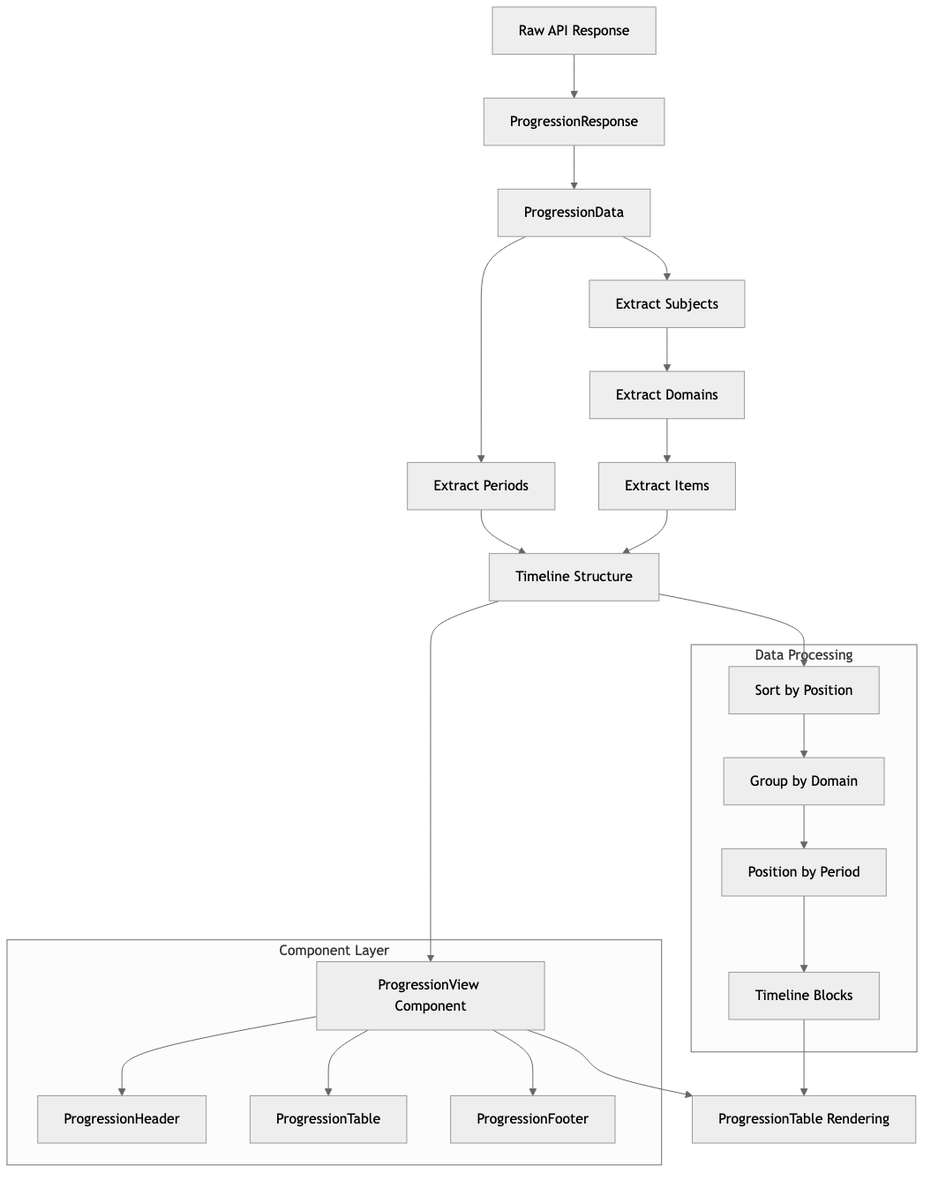
This is docs/diagrams/png/04-data-transformation-flow.png from ghermet/teetsh-progression, a Mermaid export, as it was before one commit. Its source is kept beside it as docs/diagrams/04-data-transformation-flow.mmd. The source it was exported from:
```mermaid
flowchart TD
    A[Raw API Response] --> B[ProgressionResponse]
    B --> C[ProgressionData]
    C --> D[Extract Periods]
    C --> E[Extract Subjects]

    E --> F[Extract Domains]
    F --> G[Extract Items]

    D --> H[Timeline Structure]
    G --> H

    H --> I[ProgressionView Component]
    I --> J[ProgressionTable Rendering]

    subgraph "Component Layer"
        I --> K[ProgressionHeader]
        I --> L[ProgressionTable]
        I --> M[ProgressionFooter]
    end

    subgraph "Data Processing"
        N[Sort by Position] --> O[Group by Domain]
        O --> P[Position by Period]
        P --> Q[Timeline Blocks]
    end

    H --> N
    Q --> J
```
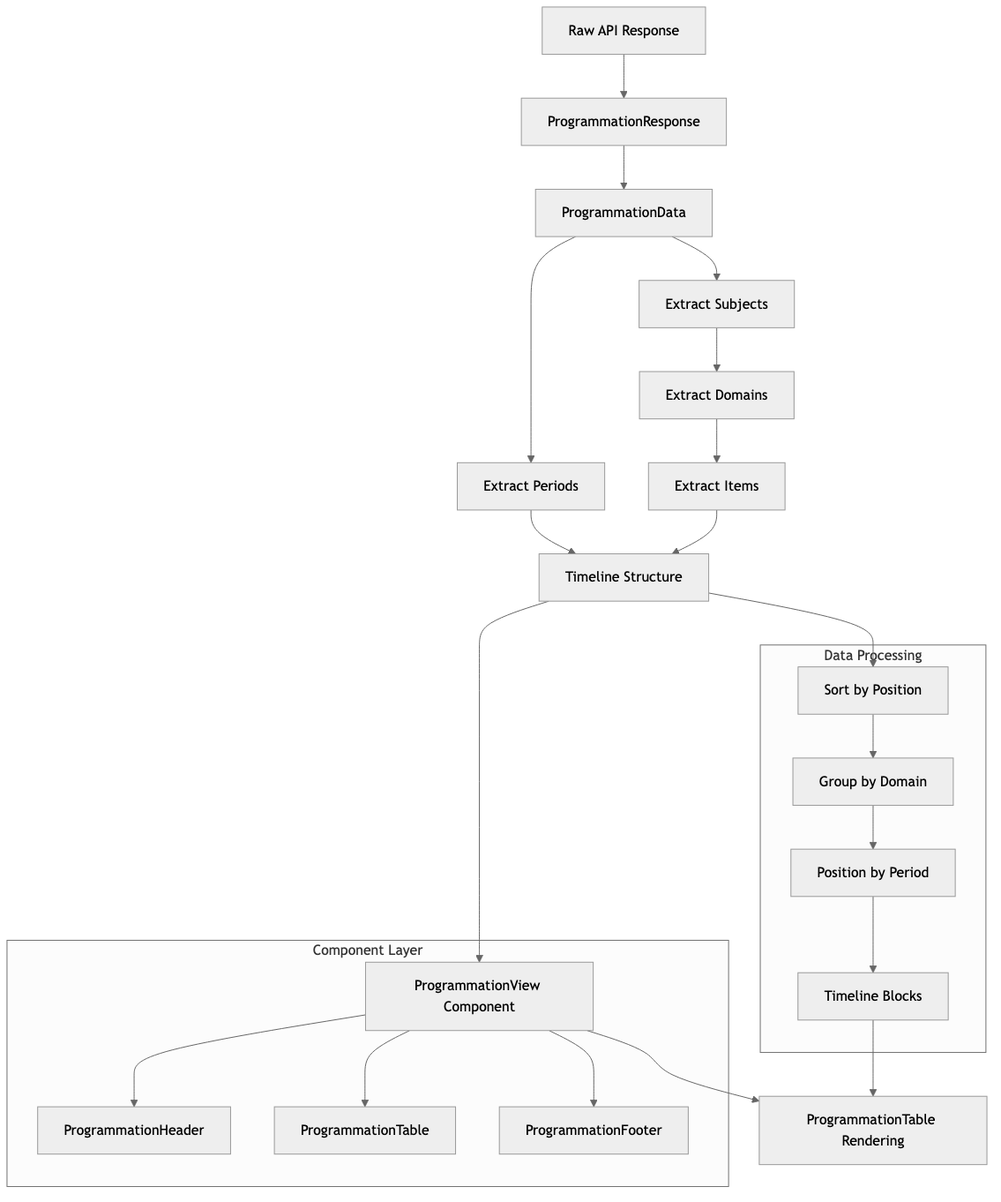
Later version of the same file.

Change to the diagram source:
```diff
@@ -1,6 +1,6 @@
 flowchart TD
-    A[Raw API Response] --> B[ProgressionResponse]
-    B --> C[ProgressionData]
+    A[Raw API Response] --> B[ProgrammationResponse]
+    B --> C[ProgrammationData]
     C --> D[Extract Periods]
     C --> E[Extract Subjects]
 
@@ -10,13 +10,13 @@
     D --> H[Timeline Structure]
     G --> H
 
-    H --> I[ProgressionView Component]
-    I --> J[ProgressionTable Rendering]
+    H --> I[ProgrammationView Component]
+    I --> J[ProgrammationTable Rendering]
 
     subgraph "Component Layer"
-        I --> K[ProgressionHeader]
-        I --> L[ProgressionTable]
-        I --> M[ProgressionFooter]
+        I --> K[ProgrammationHeader]
+        I --> L[ProgrammationTable]
+        I --> M[ProgrammationFooter]
     end
 
     subgraph "Data Processing"
```
